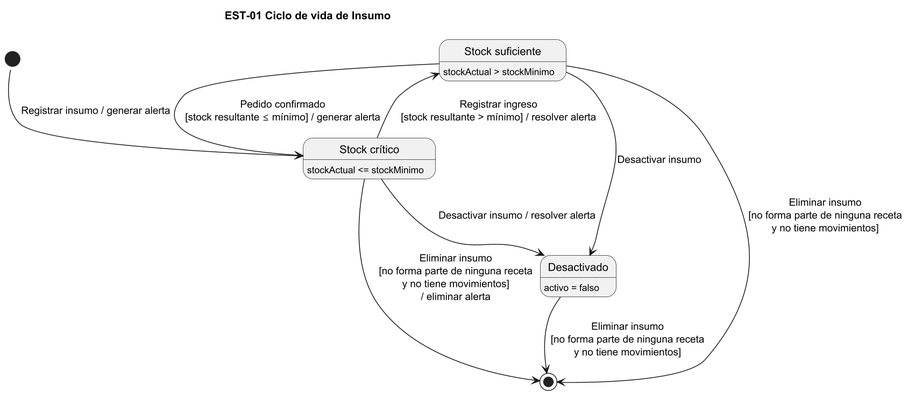
This is diagramas/est-01.png from lambtto/Gestor-Inventario-Brookie, a PlantUML export, as it was before one commit.
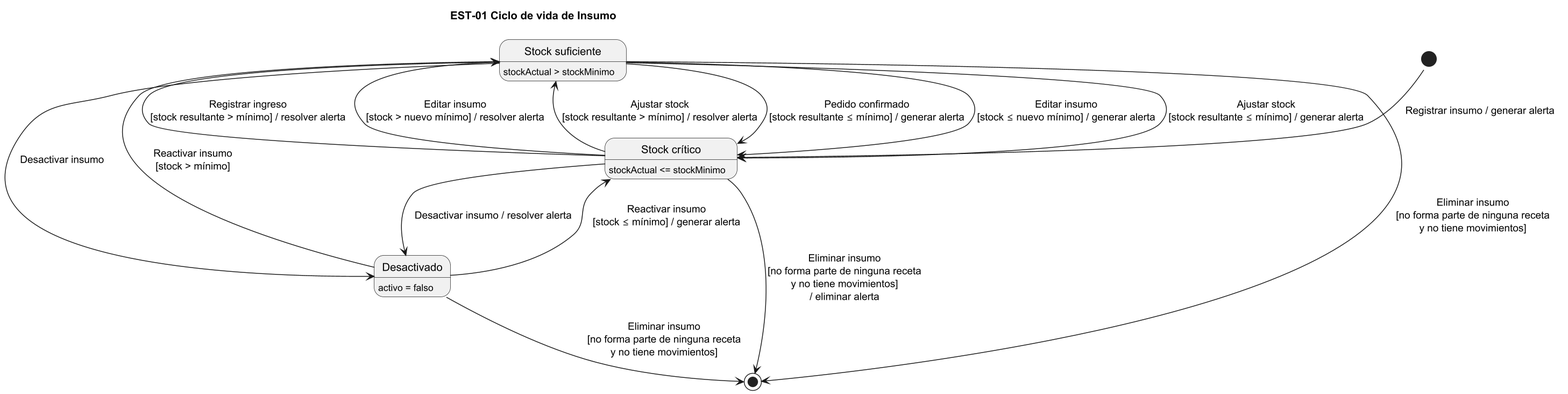
The same file after the commit.

Diff of the diagram source:
```diff
@@ -18,4 +18,10 @@
 Suf --> [*] : Eliminar insumo\n[no forma parte de ninguna receta\ny no tiene movimientos]
 Cri --> [*] : Eliminar insumo\n[no forma parte de ninguna receta\ny no tiene movimientos]\n/ eliminar alerta
 Des --> [*] : Eliminar insumo\n[no forma parte de ninguna receta\ny no tiene movimientos]
+Des --> Cri : Reactivar insumo\n[stock ≤ mínimo] / generar alerta
+Des --> Suf : Reactivar insumo\n[stock > mínimo]
+Suf --> Cri : Editar insumo\n[stock ≤ nuevo mínimo] / generar alerta
+Cri --> Suf : Editar insumo\n[stock > nuevo mínimo] / resolver alerta
+Suf --> Cri : Ajustar stock\n[stock resultante ≤ mínimo] / generar alerta
+Cri --> Suf : Ajustar stock\n[stock resultante > mínimo] / resolver alerta
 @enduml
```
